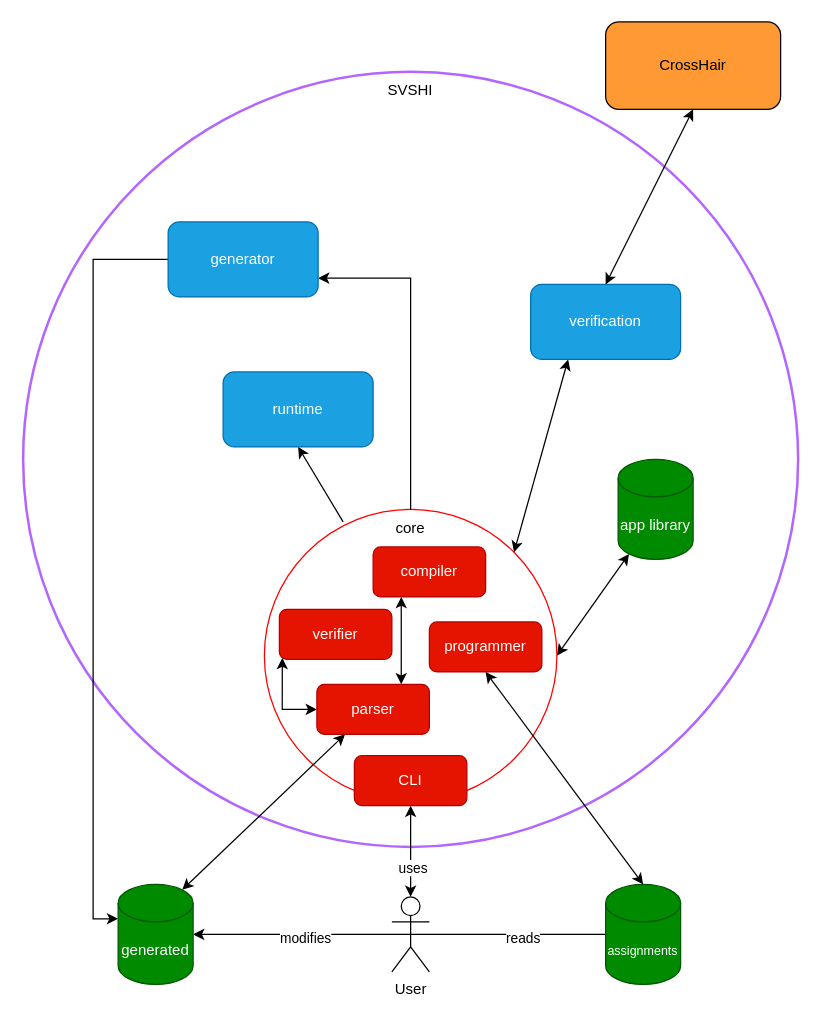
This is svshi/documentation/res/structure.drawio from dslab-epfl/svshi, a draw.io file, before an edit. Source tidied: cells renumbered, new cells numbered last; positions are measured from the earlier drawing's top-left corner, leaving out a move shared by most shapes. Both pictures are drawn from the tidied source at 125%, with x=0, y=0 at pixel (22, 21).
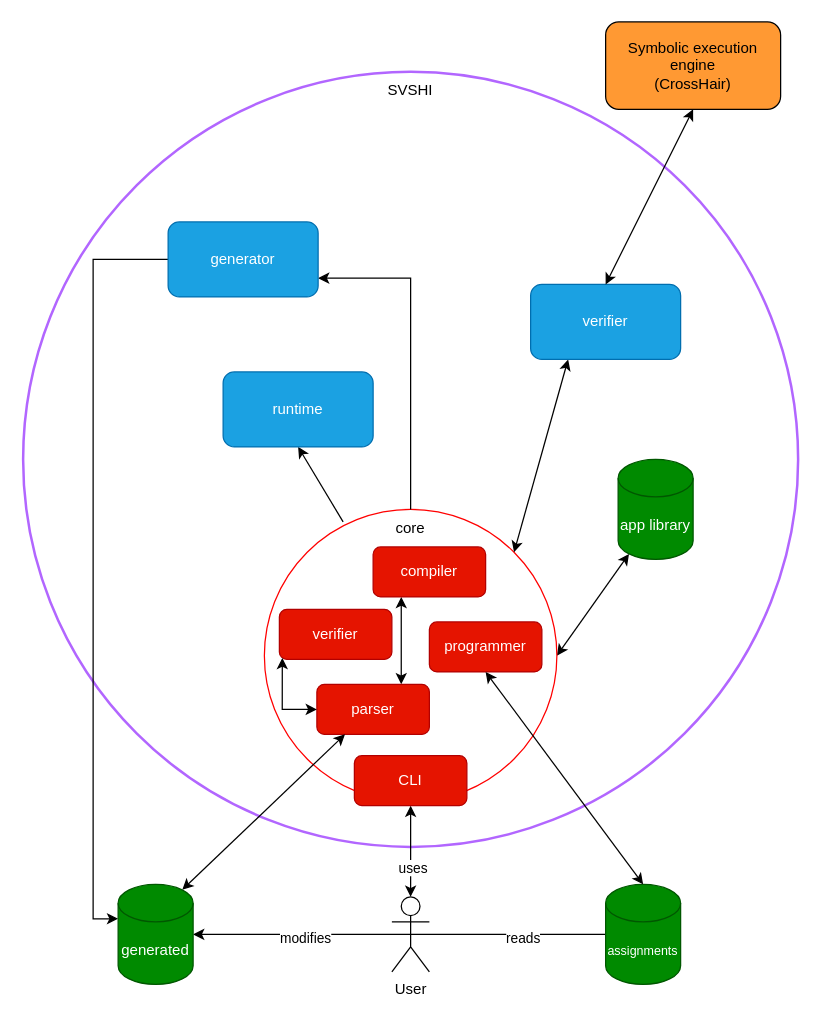
Above is the later version.

Diff of the diagram source:
```diff
@@
-    <mxCell id="18" value="verification" style="rounded=1;whiteSpace=wrap;html=1;fillColor=#1ba1e2;fontColor=#ffffff;strokeColor=#006EAF;" parent="1" vertex="1">
+    <mxCell id="18" value="verifier" style="rounded=1;whiteSpace=wrap;html=1;fillColor=#1ba1e2;fontColor=#ffffff;strokeColor=#006EAF;" parent="1" vertex="1">
       <mxGeometry x="406" y="210" width="120" height="60" as="geometry" />
     </mxCell>
@@
-    <mxCell id="30" value="CrossHair" style="rounded=1;whiteSpace=wrap;html=1;fillColor=#FF9933;" parent="1" vertex="1">
+    <mxCell id="30" value="Symbolic execution engine&lt;br&gt;(CrossHair)" style="rounded=1;whiteSpace=wrap;html=1;fillColor=#FF9933;" parent="1" vertex="1">
       <mxGeometry x="466" width="140" height="70" as="geometry" />
     </mxCell>
```
